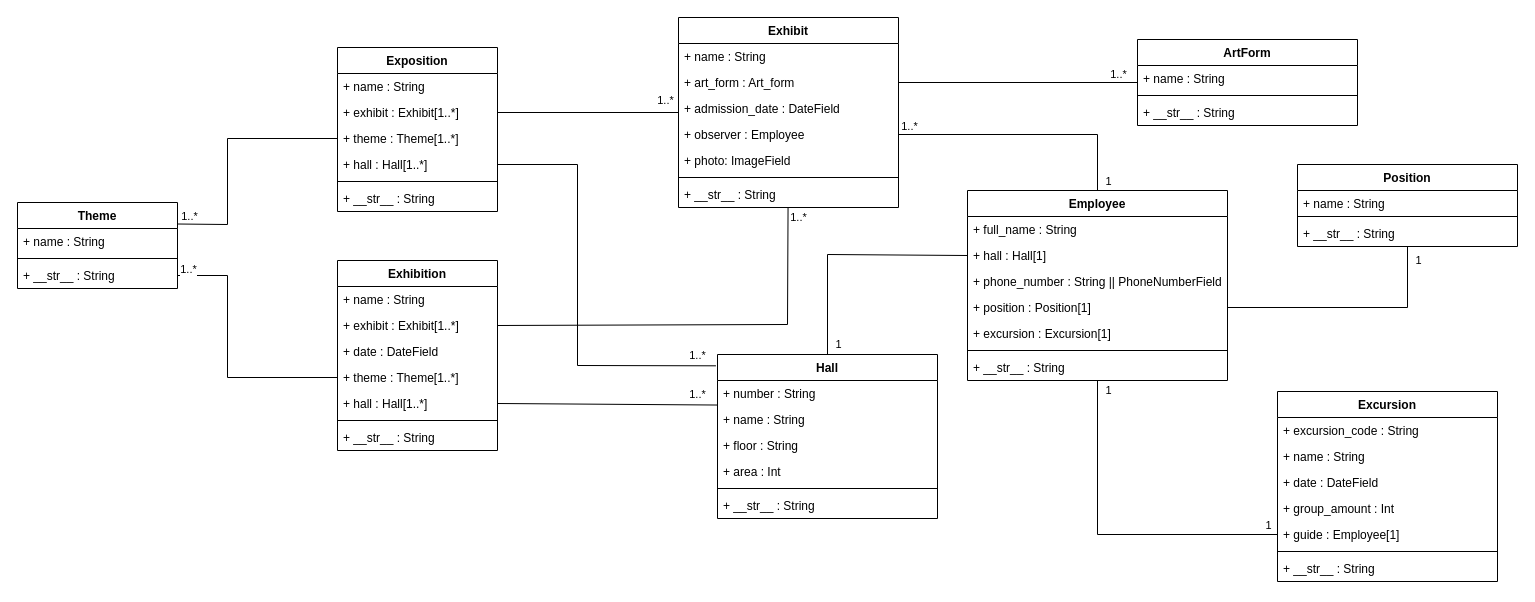
Above: Lab4/Documentation/Model.drawio in MefistoSamael/Term4_IGI (draw.io), before the change. Source tidied: cells renumbered, new cells numbered last; positions are measured from the earlier drawing's top-left corner, leaving out a move shared by most shapes. Both pictures are drawn from the tidied source at 100%, with x=0, y=0 at pixel (17, 17).
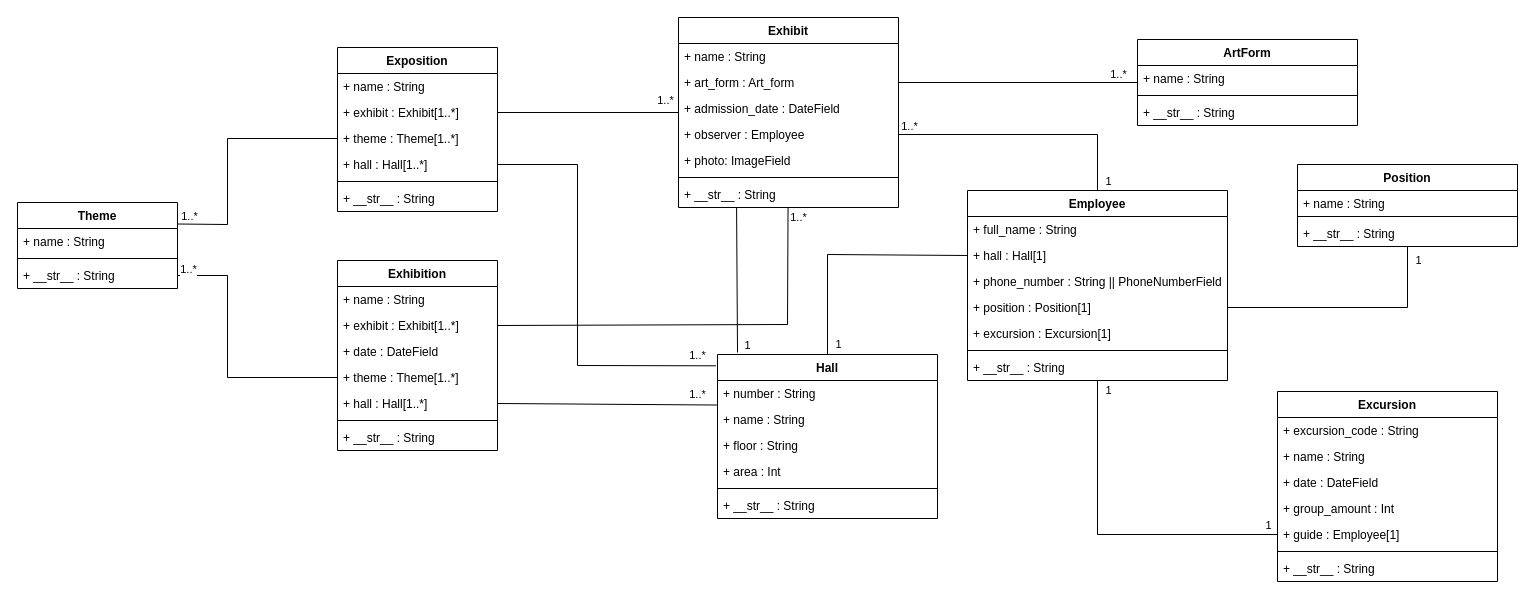
Above is the later version.

Unchanged cells that the change refers to:
```xml
<mxCell id="9" value="+ __str__ : String" style="text;strokeColor=none;fillColor=none;align=left;verticalAlign=top;spacingLeft=4;spacingRight=4;overflow=hidden;points=[[0,0.5],[1,0.5]];portConstraint=eastwest;whiteSpace=wrap;html=1;" parent="2" vertex="1">
  <mxGeometry y="164" width="220" height="26" as="geometry" />
</mxCell>
<mxCell id="18" value="Hall" style="swimlane;fontStyle=1;align=center;verticalAlign=top;horizontal=1;startSize=26;whiteSpace=wrap;html=1;" parent="1" vertex="1">
  <mxGeometry x="700" y="337" width="220" height="164" as="geometry" />
</mxCell>
```

What changed in the source:
```diff
@@
+    <mxCell id="84" style="endArrow=none;html=1;rounded=0;exitX=0.091;exitY=-0.012;exitDx=0;exitDy=0;exitPerimeter=0;entryX=0.264;entryY=1;entryDx=0;entryDy=0;entryPerimeter=0;" parent="1" edge="1" source="18" target="9">
+      <mxGeometry relative="1" as="geometry" />
+    </mxCell>
+    <mxCell id="85" value="1" style="edgeLabel;html=1;align=center;verticalAlign=middle;" parent="84" vertex="1">
+      <mxGeometry x="-0.85" y="-2" relative="1" as="geometry">
+        <mxPoint x="8" y="3" as="offset" />
+      </mxGeometry>
+    </mxCell>
```
